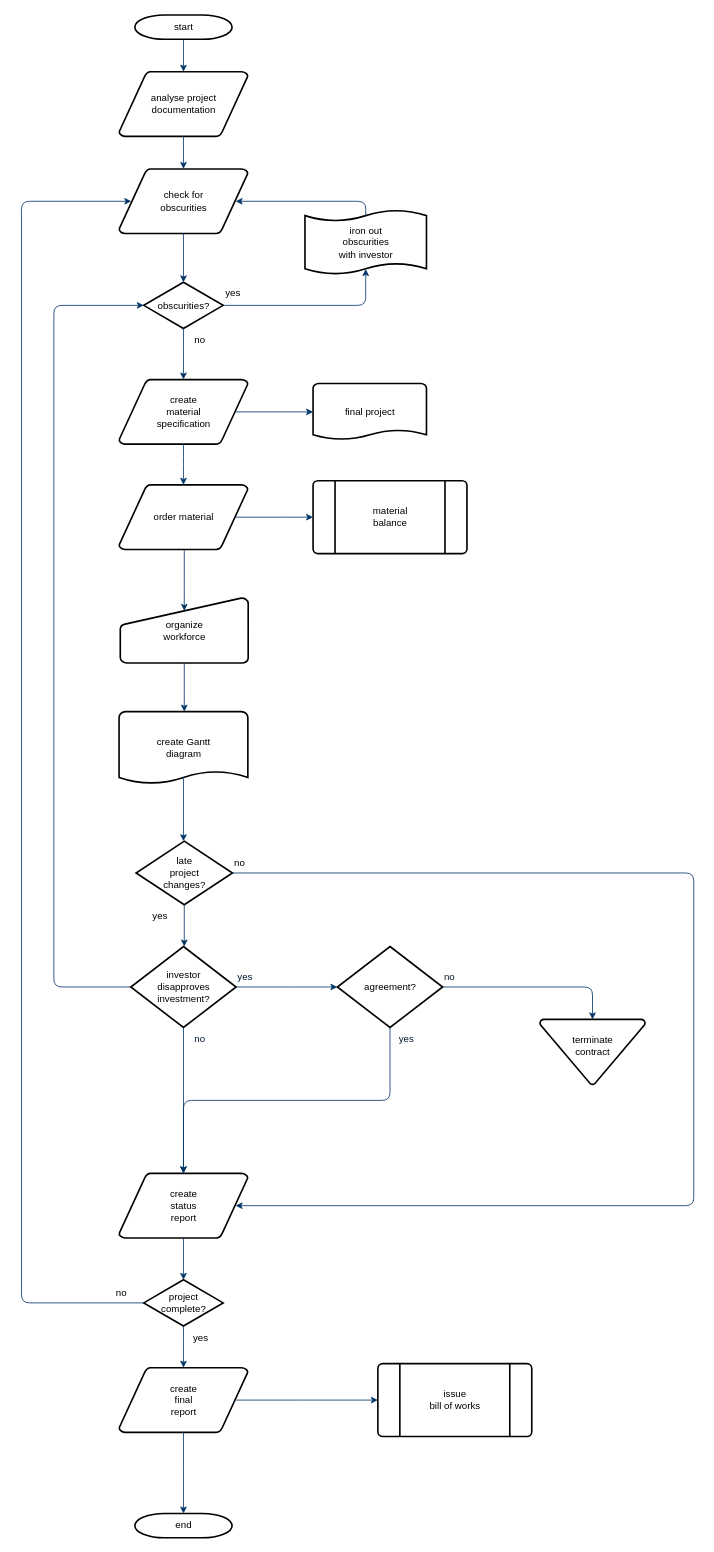
Before: Untitled Diagram.drawio in nperea-dev/reto5, a draw.io diagram. Source tidied: cells renumbered, new cells numbered last; positions are measured from the earlier drawing's top-left corner, leaving out a move shared by most shapes. Both pictures are drawn from the tidied source at 81%, with x=0, y=0 at pixel (21, 15).
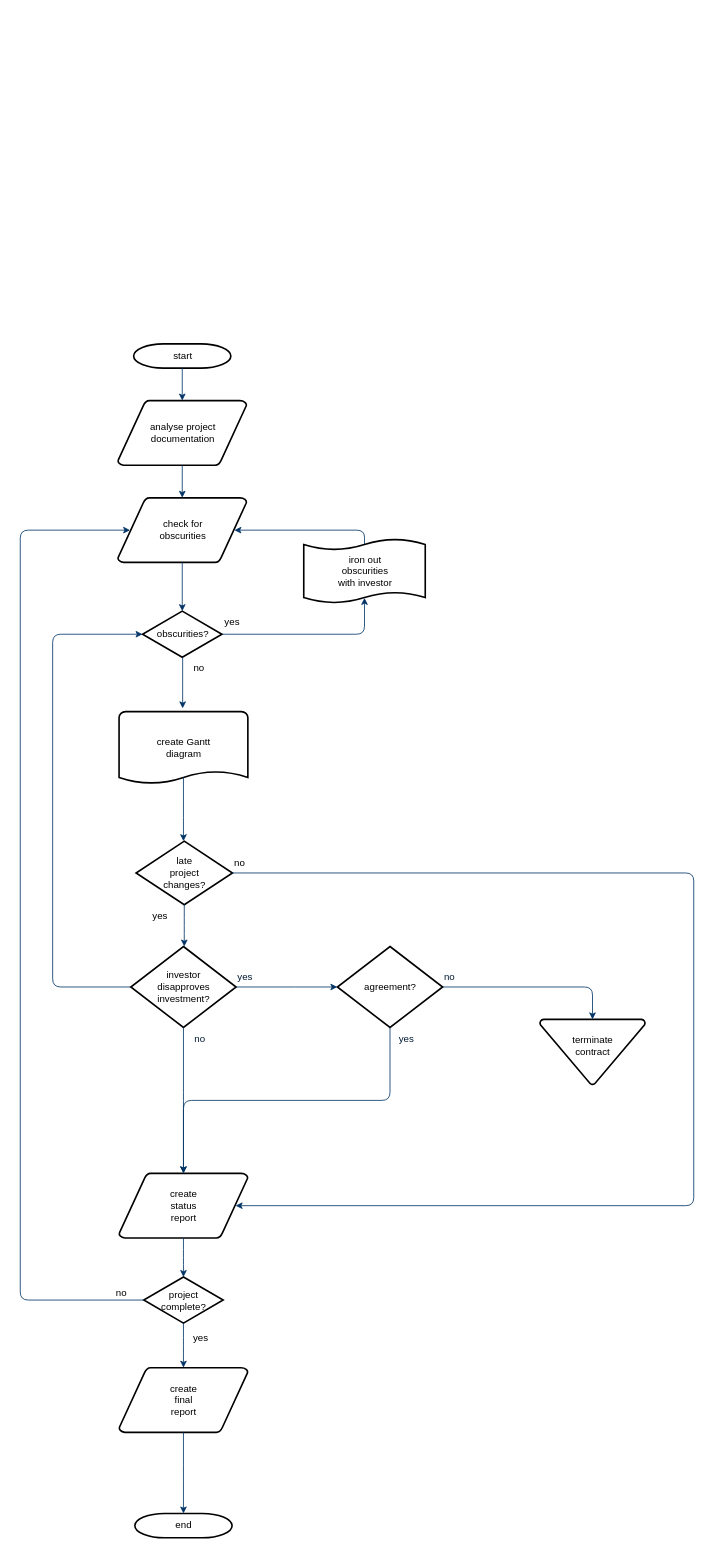
After the change.

Unchanged cells that the change refers to:
```xml
<mxCell id="22" value="create Gantt&#10;diagram" style="shape=mxgraph.flowchart.document;strokeWidth=2;gradientColor=none;gradientDirection=north;fontStyle=0;html=1;" parent="1" vertex="1">
  <mxGeometry x="120.5" y="860" width="159" height="90" as="geometry" />
</mxCell>
<mxCell id="24" value="late&#10;project&#10;changes?" style="shape=mxgraph.flowchart.decision;strokeWidth=2;gradientColor=none;gradientDirection=north;fontStyle=0;html=1;" parent="1" vertex="1">
  <mxGeometry x="141.5" y="1020" width="119" height="78.5" as="geometry" />
</mxCell>
<mxCell id="28" value="investor&#10;disapproves&#10; investment?" style="shape=mxgraph.flowchart.decision;strokeWidth=2;gradientColor=none;gradientDirection=north;fontStyle=0;html=1;" parent="1" vertex="1">
  <mxGeometry x="135" y="1150" width="130" height="100" as="geometry" />
</mxCell>
<mxCell id="29" value="agreement?" style="shape=mxgraph.flowchart.decision;strokeWidth=2;gradientColor=none;gradientDirection=north;fontStyle=0;html=1;" parent="1" vertex="1">
  <mxGeometry x="390" y="1150" width="130" height="100" as="geometry" />
</mxCell>
<mxCell id="32" value="terminate&#10;contract&#10;" style="shape=mxgraph.flowchart.merge_or_storage;strokeWidth=2;gradientColor=none;gradientDirection=north;fontStyle=0;html=1;" parent="1" vertex="1">
  <mxGeometry x="640" y="1240" width="130" height="80.5" as="geometry" />
</mxCell>
<mxCell id="34" value="create&#10;status&#10;report" style="shape=mxgraph.flowchart.data;strokeWidth=2;gradientColor=none;gradientDirection=north;fontStyle=0;html=1;" parent="1" vertex="1">
  <mxGeometry x="120.5" y="1430" width="159" height="80" as="geometry" />
</mxCell>
<mxCell id="38" value="create&#10;final&#10;report" style="shape=mxgraph.flowchart.data;strokeWidth=2;gradientColor=none;gradientDirection=north;fontStyle=0;html=1;" parent="1" vertex="1">
  <mxGeometry x="120.5" y="1670" width="159" height="80" as="geometry" />
</mxCell>
<mxCell id="40" value="end" style="shape=mxgraph.flowchart.terminator;strokeWidth=2;gradientColor=none;gradientDirection=north;fontStyle=0;html=1;" parent="1" vertex="1">
  <mxGeometry x="140" y="1850" width="120" height="30" as="geometry" />
</mxCell>
```

The edit, as a diff of the source:
```diff
@@
     <mxCell id="2" value="start" style="shape=mxgraph.flowchart.terminator;strokeWidth=2;gradientColor=none;gradientDirection=north;fontStyle=0;html=1;" parent="1" vertex="1">
-      <mxGeometry x="140" width="120" height="30" as="geometry" />
+      <mxGeometry x="138.5" y="406" width="120" height="30" as="geometry" />
     </mxCell>
     <mxCell id="3" value="analyse project&#10; documentation" style="shape=mxgraph.flowchart.data;strokeWidth=2;gradientColor=none;gradientDirection=north;fontStyle=0;html=1;" parent="1" vertex="1">
-      <mxGeometry x="120.5" y="70" width="159" height="80" as="geometry" />
+      <mxGeometry x="119" y="476" width="159" height="80" as="geometry" />
     </mxCell>
-    <mxCell id="4" value="create&#10;material&#10;specification" style="shape=mxgraph.flowchart.data;strokeWidth=2;gradientColor=none;gradientDirection=north;fontStyle=0;html=1;" parent="1" vertex="1">
-      <mxGeometry x="120.5" y="450" width="159" height="80" as="geometry" />
-    </mxCell>
     <mxCell id="5" value="check for&#10;obscurities" style="shape=mxgraph.flowchart.data;strokeWidth=2;gradientColor=none;gradientDirection=north;fontStyle=0;html=1;" parent="1" vertex="1">
-      <mxGeometry x="120.5" y="190" width="159" height="80" as="geometry" />
+      <mxGeometry x="119" y="596" width="159" height="80" as="geometry" />
     </mxCell>
     <mxCell id="6" value="obscurities?" style="shape=mxgraph.flowchart.decision;strokeWidth=2;gradientColor=none;gradientDirection=north;fontStyle=0;html=1;" parent="1" vertex="1">
-      <mxGeometry x="151" y="330" width="98" height="57" as="geometry" />
+      <mxGeometry x="149.5" y="736" width="98" height="57" as="geometry" />
     </mxCell>
@@
     <mxCell id="10" style="edgeStyle=elbowEdgeStyle;elbow=horizontal;entryX=0.5;entryY=0.91;entryPerimeter=0;exitX=1;exitY=0.5;exitPerimeter=0;fontStyle=1;strokeColor=#003366;strokeWidth=1;html=1;" parent="1" edge="1" source="6" target="51">
       <mxGeometry x="381" y="28.5" as="geometry">
         <Array as="points">
-          <mxPoint x="425" y="340" />
+          <mxPoint x="423.5" y="746" />
         </Array>
       </mxGeometry>
     </mxCell>
     <mxCell id="11" value="yes" style="text;fontStyle=0;html=1;strokeColor=none;gradientColor=none;fillColor=none;strokeWidth=2;" parent="1" vertex="1">
-      <mxGeometry x="250" y="330" width="40" height="26" as="geometry" />
+      <mxGeometry x="248.5" y="736" width="40" height="26" as="geometry" />
     </mxCell>
-    <mxCell id="12" style="edgeStyle=elbowEdgeStyle;elbow=horizontal;fontColor=#001933;fontStyle=1;strokeColor=#003366;strokeWidth=1;html=1;" parent="1" edge="1" source="6" target="4">
-      <mxGeometry as="geometry" />
+    <mxCell id="12" style="edgeStyle=elbowEdgeStyle;elbow=horizontal;fontColor=#001933;fontStyle=1;strokeColor=#003366;strokeWidth=1;html=1;" parent="1" edge="1" source="6">
+      <mxGeometry as="geometry">
+        <mxPoint x="198.5" y="856" as="targetPoint" />
+      </mxGeometry>
     </mxCell>
-    <mxCell id="13" value="order material" style="shape=mxgraph.flowchart.data;strokeWidth=2;gradientColor=none;gradientDirection=north;fontStyle=0;html=1;" parent="1" vertex="1">
-      <mxGeometry x="120.5" y="580" width="159" height="80" as="geometry" />
-    </mxCell>
     <mxCell id="14" value="no" style="text;fontStyle=0;html=1;strokeColor=none;gradientColor=none;fillColor=none;strokeWidth=2;align=center;" parent="1" vertex="1">
-      <mxGeometry x="200" y="387" width="40" height="26" as="geometry" />
+      <mxGeometry x="198.5" y="793" width="40" height="26" as="geometry" />
     </mxCell>
-    <mxCell id="15" value="final project" style="shape=mxgraph.flowchart.document;strokeWidth=2;gradientColor=none;gradientDirection=north;fontStyle=0;html=1;" parent="1" vertex="1">
-      <mxGeometry x="360" y="455" width="140" height="70" as="geometry" />
-    </mxCell>
-    <mxCell id="16" style="edgeStyle=elbowEdgeStyle;elbow=horizontal;exitX=0.905;exitY=0.5;exitPerimeter=0;fontStyle=1;strokeColor=#003366;strokeWidth=1;html=1;" parent="1" edge="1" source="4" target="15">
-      <mxGeometry as="geometry" />
-    </mxCell>
-    <mxCell id="17" style="edgeStyle=elbowEdgeStyle;elbow=horizontal;fontStyle=1;strokeColor=#003366;strokeWidth=1;html=1;" parent="1" edge="1" source="4" target="13">
-      <mxGeometry as="geometry" />
-    </mxCell>
-    <mxCell id="18" value="material&#10;balance" style="shape=mxgraph.flowchart.predefined_process;strokeWidth=2;gradientColor=none;gradientDirection=north;fontStyle=0;html=1;" parent="1" vertex="1">
-      <mxGeometry x="360" y="575" width="190" height="90" as="geometry" />
-    </mxCell>
-    <mxCell id="19" style="edgeStyle=elbowEdgeStyle;elbow=horizontal;exitX=0.905;exitY=0.5;exitPerimeter=0;fontStyle=1;strokeColor=#003366;strokeWidth=1;html=1;" parent="1" edge="1" source="13" target="18">
-      <mxGeometry as="geometry" />
-    </mxCell>
-    <mxCell id="20" value="organize &#10;workforce" style="shape=mxgraph.flowchart.manual_input;strokeWidth=2;gradientColor=none;gradientDirection=north;fontStyle=0;html=1;" parent="1" vertex="1">
-      <mxGeometry x="122" y="720" width="158" height="80" as="geometry" />
-    </mxCell>
-    <mxCell id="21" style="edgeStyle=elbowEdgeStyle;elbow=horizontal;entryX=0.5;entryY=0.195;entryPerimeter=0;fontStyle=1;strokeColor=#003366;strokeWidth=1;html=1;" parent="1" edge="1" source="13" target="20">
-      <mxGeometry as="geometry" />
-    </mxCell>
@@
-    <mxCell id="23" style="edgeStyle=elbowEdgeStyle;elbow=horizontal;exitX=0.5;exitY=1;exitPerimeter=0;fontStyle=1;strokeColor=#003366;strokeWidth=1;html=1;" parent="1" edge="1" source="20" target="22">
-      <mxGeometry as="geometry" />
-    </mxCell>
@@
     <mxCell id="25" style="edgeStyle=elbowEdgeStyle;elbow=horizontal;exitX=0.5;exitY=0.9;exitPerimeter=0;fontStyle=1;strokeColor=#003366;strokeWidth=1;html=1;" parent="1" edge="1" source="22" target="24">
-      <mxGeometry as="geometry" />
+      <mxGeometry x="1.5" y="-406" as="geometry" />
     </mxCell>
     <mxCell id="26" style="edgeStyle=elbowEdgeStyle;elbow=horizontal;exitX=0;exitY=0.5;exitPerimeter=0;entryX=0;entryY=0.5;entryPerimeter=0;fontStyle=1;strokeColor=#003366;strokeWidth=1;html=1;" parent="1" edge="1" source="28" target="6">
       <mxGeometry as="geometry">
         <Array as="points">
-          <mxPoint x="40" y="790" />
+          <mxPoint x="38.5" y="1196" />
         </Array>
       </mxGeometry>
     </mxCell>
@@
     <mxCell id="30" style="edgeStyle=elbowEdgeStyle;elbow=horizontal;exitX=0.5;exitY=1;exitPerimeter=0;fontStyle=1;strokeColor=#003366;strokeWidth=1;html=1;" parent="1" edge="1" source="24" target="28">
-      <mxGeometry as="geometry" />
+      <mxGeometry x="1.5" y="-406" as="geometry" />
     </mxCell>
     <mxCell id="31" style="edgeStyle=elbowEdgeStyle;elbow=horizontal;exitX=1;exitY=0.5;exitPerimeter=0;entryX=0;entryY=0.5;entryPerimeter=0;fontStyle=1;strokeColor=#003366;strokeWidth=1;html=1;" parent="1" edge="1" source="28" target="29">
-      <mxGeometry as="geometry" />
+      <mxGeometry x="1.5" y="-406" as="geometry" />
     </mxCell>
@@
     <mxCell id="33" style="edgeStyle=elbowEdgeStyle;elbow=vertical;exitX=1;exitY=0.5;exitPerimeter=0;entryX=0.5;entryY=0;entryPerimeter=0;fontStyle=1;strokeColor=#003366;strokeWidth=1;html=1;" parent="1" edge="1" source="29" target="32">
-      <mxGeometry as="geometry">
+      <mxGeometry x="1.5" y="-406" as="geometry">
         <Array as="points">
           <mxPoint x="620" y="1200" />
         </Array>
       </mxGeometry>
     </mxCell>
@@
     <mxCell id="35" style="edgeStyle=elbowEdgeStyle;elbow=vertical;exitX=0.5;exitY=1;exitPerimeter=0;fontColor=#001933;fontStyle=1;strokeColor=#003366;strokeWidth=1;html=1;" parent="1" edge="1" source="28" target="34">
-      <mxGeometry as="geometry" />
+      <mxGeometry x="1.5" y="-406" as="geometry" />
     </mxCell>
     <mxCell id="36" style="edgeStyle=elbowEdgeStyle;elbow=vertical;exitX=0.5;exitY=1;exitPerimeter=0;entryX=0.5;entryY=0;entryPerimeter=0;fontStyle=1;strokeColor=#003366;strokeWidth=1;html=1;" parent="1" edge="1" source="29" target="34">
-      <mxGeometry as="geometry" />
+      <mxGeometry x="1.5" y="-406" as="geometry" />
     </mxCell>
     <mxCell id="37" value="project&#10;complete?" style="shape=mxgraph.flowchart.decision;strokeWidth=2;gradientColor=none;gradientDirection=north;fontStyle=0;html=1;" parent="1" vertex="1">
-      <mxGeometry x="151" y="1561.5" width="98" height="57" as="geometry" />
+      <mxGeometry x="151" y="1558" width="98" height="57" as="geometry" />
     </mxCell>
@@
-    <mxCell id="39" value="issue&#10;bill of works" style="shape=mxgraph.flowchart.predefined_process;strokeWidth=2;gradientColor=none;gradientDirection=north;fontStyle=0;html=1;" parent="1" vertex="1">
-      <mxGeometry x="440" y="1665" width="190" height="90" as="geometry" />
-    </mxCell>
@@
     <mxCell id="41" style="edgeStyle=elbowEdgeStyle;elbow=vertical;exitX=0.5;exitY=1;exitPerimeter=0;entryX=0.5;entryY=0;entryPerimeter=0;fontStyle=1;strokeColor=#003366;strokeWidth=1;html=1;" parent="1" edge="1" source="34" target="37">
-      <mxGeometry as="geometry" />
+      <mxGeometry x="1.5" y="-406" as="geometry" />
     </mxCell>
     <mxCell id="42" style="edgeStyle=elbowEdgeStyle;elbow=vertical;exitX=0.5;exitY=1;exitPerimeter=0;entryX=0.5;entryY=0;entryPerimeter=0;fontStyle=1;strokeColor=#003366;strokeWidth=1;html=1;" parent="1" edge="1" source="37" target="38">
-      <mxGeometry as="geometry" />
+      <mxGeometry x="1.5" y="-406" as="geometry" />
     </mxCell>
     <mxCell id="43" style="edgeStyle=elbowEdgeStyle;elbow=vertical;exitX=0.5;exitY=1;exitPerimeter=0;entryX=0.5;entryY=0;entryPerimeter=0;fontStyle=1;strokeColor=#003366;strokeWidth=1;html=1;" parent="1" edge="1" source="38" target="40">
-      <mxGeometry as="geometry" />
+      <mxGeometry x="1.5" y="-406" as="geometry" />
     </mxCell>
-    <mxCell id="44" style="edgeStyle=elbowEdgeStyle;elbow=vertical;exitX=0.905;exitY=0.5;exitPerimeter=0;entryX=0;entryY=0.5;entryPerimeter=0;fontStyle=1;strokeColor=#003366;strokeWidth=1;html=1;" parent="1" edge="1" source="38" target="39">
-      <mxGeometry as="geometry" />
-    </mxCell>
     <mxCell id="45" style="edgeStyle=elbowEdgeStyle;elbow=horizontal;exitX=1;exitY=0.5;exitPerimeter=0;entryX=0.905;entryY=0.5;entryPerimeter=0;fontStyle=1;strokeColor=#003366;strokeWidth=1;html=1;" parent="1" edge="1" source="24" target="34">
-      <mxGeometry as="geometry">
+      <mxGeometry x="1.5" y="-406" as="geometry">
         <Array as="points">
           <mxPoint x="830" y="1260" />
         </Array>
       </mxGeometry>
     </mxCell>
@@
     <mxCell id="51" value="iron out&#10;obscurities &#10;with investor" style="shape=mxgraph.flowchart.paper_tape;strokeWidth=2;gradientColor=none;gradientDirection=north;fontStyle=0;html=1;" parent="1" vertex="1">
-      <mxGeometry x="350" y="240" width="150" height="81" as="geometry" />
+      <mxGeometry x="348.5" y="646" width="150" height="81" as="geometry" />
     </mxCell>
     <mxCell id="52" style="edgeStyle=elbowEdgeStyle;elbow=horizontal;exitX=0.5;exitY=0.09;exitPerimeter=0;entryX=0.905;entryY=0.5;entryPerimeter=0;fontStyle=1;strokeColor=#003366;strokeWidth=1;html=1;" parent="1" edge="1" source="51" target="5">
       <mxGeometry as="geometry">
         <Array as="points">
-          <mxPoint x="425" y="240" />
+          <mxPoint x="423.5" y="646" />
         </Array>
       </mxGeometry>
     </mxCell>
@@
     <mxCell id="54" style="edgeStyle=elbowEdgeStyle;elbow=horizontal;exitX=0;exitY=0.5;exitPerimeter=0;entryX=0.095;entryY=0.5;entryPerimeter=0;fontStyle=1;strokeColor=#003366;strokeWidth=1;html=1;" parent="1" edge="1" source="37" target="5">
       <mxGeometry as="geometry">
         <Array as="points">
-          <mxPoint y="910" />
+          <mxPoint x="-1.5" y="1316" />
         </Array>
       </mxGeometry>
     </mxCell>
```
